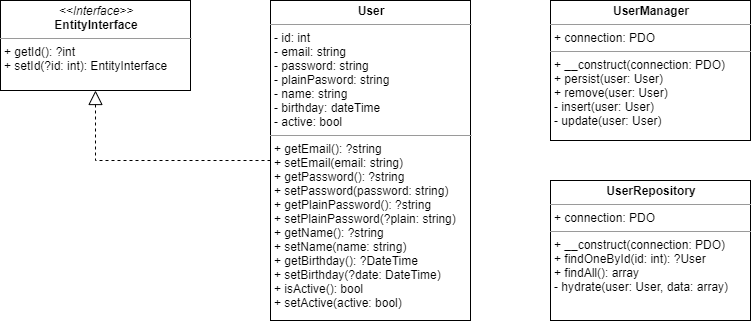
ekyna-learn/php-oo-framework keeps this draw.io diagram as docs/intro-class-diagram.png. Above is the earlier version. Source tidied: cells renumbered, new cells last; positions are measured from the earlier drawing's top-left corner, leaving out a move shared by most shapes.
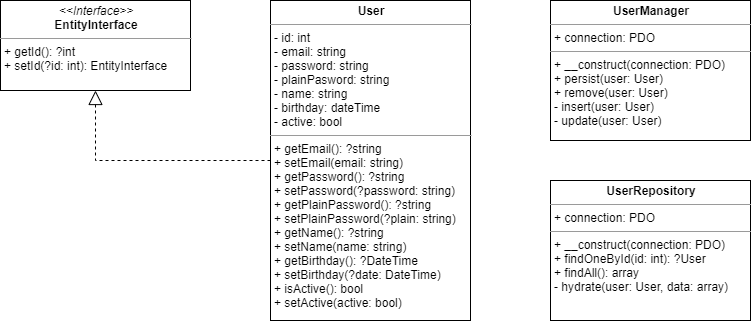
After the commit.

What changed in the source:
```diff
@@ -5,7 +5,7 @@
     <mxCell id="2" style="edgeStyle=orthogonalEdgeStyle;rounded=0;jettySize=auto;html=1;endArrow=block;endFill=0;dashed=1;entryX=0.5;entryY=1;entryDx=0;entryDy=0;startSize=12;endSize=12;" parent="1" edge="1" source="3" target="4">
       <mxGeometry relative="1" as="geometry" />
     </mxCell>
-    <mxCell id="3" value="&lt;p style=&quot;margin: 0px ; margin-top: 4px ; text-align: center&quot;&gt;&lt;b&gt;User&lt;/b&gt;&lt;/p&gt;&lt;hr size=&quot;1&quot;&gt;&lt;p style=&quot;margin: 0px ; margin-left: 4px&quot;&gt;- id: int&lt;/p&gt;&lt;p style=&quot;margin: 0px ; margin-left: 4px&quot;&gt;- email: string&lt;/p&gt;&lt;p style=&quot;margin: 0px ; margin-left: 4px&quot;&gt;- password: string&lt;/p&gt;&lt;p style=&quot;margin: 0px ; margin-left: 4px&quot;&gt;- plainPasword: string&lt;/p&gt;&lt;p style=&quot;margin: 0px ; margin-left: 4px&quot;&gt;- name: string&lt;/p&gt;&lt;p style=&quot;margin: 0px ; margin-left: 4px&quot;&gt;- birthday: dateTime&lt;/p&gt;&lt;p style=&quot;margin: 0px ; margin-left: 4px&quot;&gt;- active: bool&lt;/p&gt;&lt;hr size=&quot;1&quot;&gt;&lt;p style=&quot;margin: 0px ; margin-left: 4px&quot;&gt;+ getEmail(): ?string&lt;/p&gt;&lt;p style=&quot;margin: 0px ; margin-left: 4px&quot;&gt;+ setEmail(email: string)&lt;/p&gt;&lt;p style=&quot;margin: 0px ; margin-left: 4px&quot;&gt;+ getPassword(): ?string&lt;/p&gt;&lt;p style=&quot;margin: 0px ; margin-left: 4px&quot;&gt;+ setPassword(password: string)&lt;/p&gt;&lt;p style=&quot;margin: 0px ; margin-left: 4px&quot;&gt;+ getPlainPassword(): ?string&lt;/p&gt;&lt;p style=&quot;margin: 0px ; margin-left: 4px&quot;&gt;+ setPlainPassword(?plain: string)&lt;/p&gt;&lt;p style=&quot;margin: 0px ; margin-left: 4px&quot;&gt;+ getName(): ?string&lt;/p&gt;&lt;p style=&quot;margin: 0px ; margin-left: 4px&quot;&gt;+ setName(name: string)&lt;/p&gt;&lt;p style=&quot;margin: 0px ; margin-left: 4px&quot;&gt;+ getBirthday(): ?DateTime&lt;/p&gt;&lt;p style=&quot;margin: 0px ; margin-left: 4px&quot;&gt;+ setBirthday(?date: DateTime)&lt;/p&gt;&lt;p style=&quot;margin: 0px ; margin-left: 4px&quot;&gt;+ isActive(): bool&lt;/p&gt;&lt;p style=&quot;margin: 0px ; margin-left: 4px&quot;&gt;+ setActive(active: bool)&lt;/p&gt;" style="verticalAlign=top;align=left;overflow=fill;fontSize=12;fontFamily=Helvetica;html=1;" parent="1" vertex="1">
+    <mxCell id="3" value="&lt;p style=&quot;margin: 0px ; margin-top: 4px ; text-align: center&quot;&gt;&lt;b&gt;User&lt;/b&gt;&lt;/p&gt;&lt;hr size=&quot;1&quot;&gt;&lt;p style=&quot;margin: 0px ; margin-left: 4px&quot;&gt;- id: int&lt;/p&gt;&lt;p style=&quot;margin: 0px ; margin-left: 4px&quot;&gt;- email: string&lt;/p&gt;&lt;p style=&quot;margin: 0px ; margin-left: 4px&quot;&gt;- password: string&lt;/p&gt;&lt;p style=&quot;margin: 0px ; margin-left: 4px&quot;&gt;- plainPasword: string&lt;/p&gt;&lt;p style=&quot;margin: 0px ; margin-left: 4px&quot;&gt;- name: string&lt;/p&gt;&lt;p style=&quot;margin: 0px ; margin-left: 4px&quot;&gt;- birthday: dateTime&lt;/p&gt;&lt;p style=&quot;margin: 0px ; margin-left: 4px&quot;&gt;- active: bool&lt;/p&gt;&lt;hr size=&quot;1&quot;&gt;&lt;p style=&quot;margin: 0px ; margin-left: 4px&quot;&gt;+ getEmail(): ?string&lt;/p&gt;&lt;p style=&quot;margin: 0px ; margin-left: 4px&quot;&gt;+ setEmail(email: string)&lt;/p&gt;&lt;p style=&quot;margin: 0px ; margin-left: 4px&quot;&gt;+ getPassword(): ?string&lt;/p&gt;&lt;p style=&quot;margin: 0px ; margin-left: 4px&quot;&gt;+ setPassword(?password: string)&lt;/p&gt;&lt;p style=&quot;margin: 0px ; margin-left: 4px&quot;&gt;+ getPlainPassword(): ?string&lt;/p&gt;&lt;p style=&quot;margin: 0px ; margin-left: 4px&quot;&gt;+ setPlainPassword(?plain: string)&lt;/p&gt;&lt;p style=&quot;margin: 0px ; margin-left: 4px&quot;&gt;+ getName(): ?string&lt;/p&gt;&lt;p style=&quot;margin: 0px ; margin-left: 4px&quot;&gt;+ setName(name: string)&lt;/p&gt;&lt;p style=&quot;margin: 0px ; margin-left: 4px&quot;&gt;+ getBirthday(): ?DateTime&lt;/p&gt;&lt;p style=&quot;margin: 0px ; margin-left: 4px&quot;&gt;+ setBirthday(?date: DateTime)&lt;/p&gt;&lt;p style=&quot;margin: 0px ; margin-left: 4px&quot;&gt;+ isActive(): bool&lt;/p&gt;&lt;p style=&quot;margin: 0px ; margin-left: 4px&quot;&gt;+ setActive(active: bool)&lt;/p&gt;" style="verticalAlign=top;align=left;overflow=fill;fontSize=12;fontFamily=Helvetica;html=1;" parent="1" vertex="1">
       <mxGeometry x="270" width="200" height="320" as="geometry" />
     </mxCell>
     <mxCell id="4" value="&lt;p style=&quot;margin: 0px ; margin-top: 4px ; text-align: center&quot;&gt;&lt;i&gt;&amp;lt;&amp;lt;Interface&amp;gt;&amp;gt;&lt;/i&gt;&lt;br&gt;&lt;b&gt;EntityInterface&lt;/b&gt;&lt;/p&gt;&lt;hr size=&quot;1&quot;&gt;&lt;p style=&quot;margin: 0px ; margin-left: 4px&quot;&gt;&lt;/p&gt;&lt;p style=&quot;margin: 0px ; margin-left: 4px&quot;&gt;+ getId(): ?int&lt;br&gt;+ setId(?id: int): EntityInterface&lt;/p&gt;" style="verticalAlign=top;align=left;overflow=fill;fontSize=12;fontFamily=Helvetica;html=1;" parent="1" vertex="1">
```
